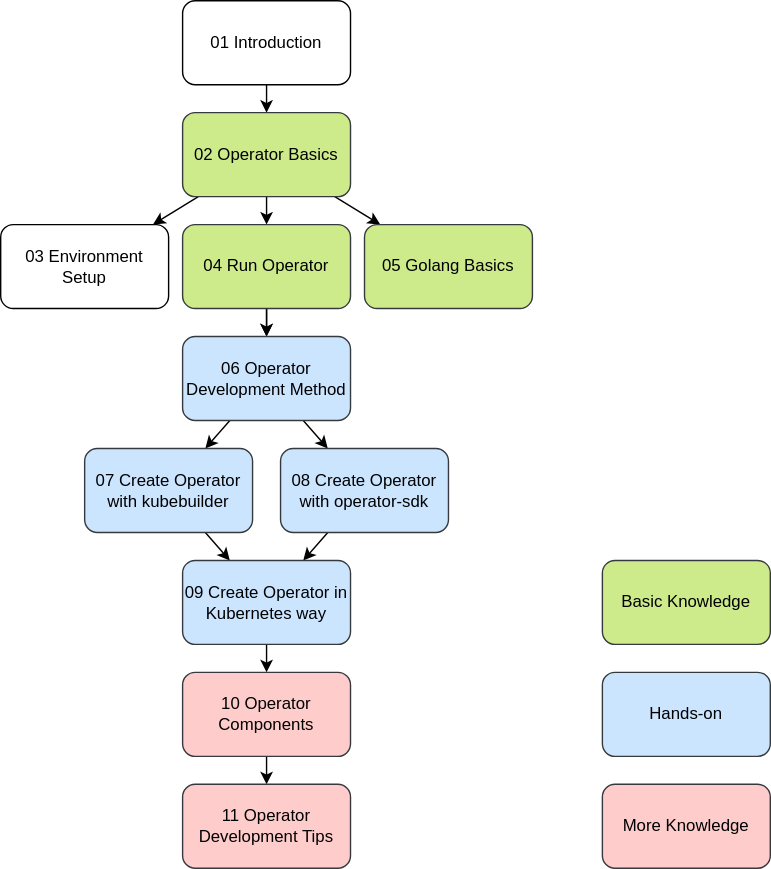
Above: docs/contents.drawio.svg in nakamasato/kubernetes-operator-basics (draw.io), before the change. Source tidied: cells renumbered, new cells last; positions are measured from the earlier drawing's top-left corner, leaving out a move shared by most shapes.
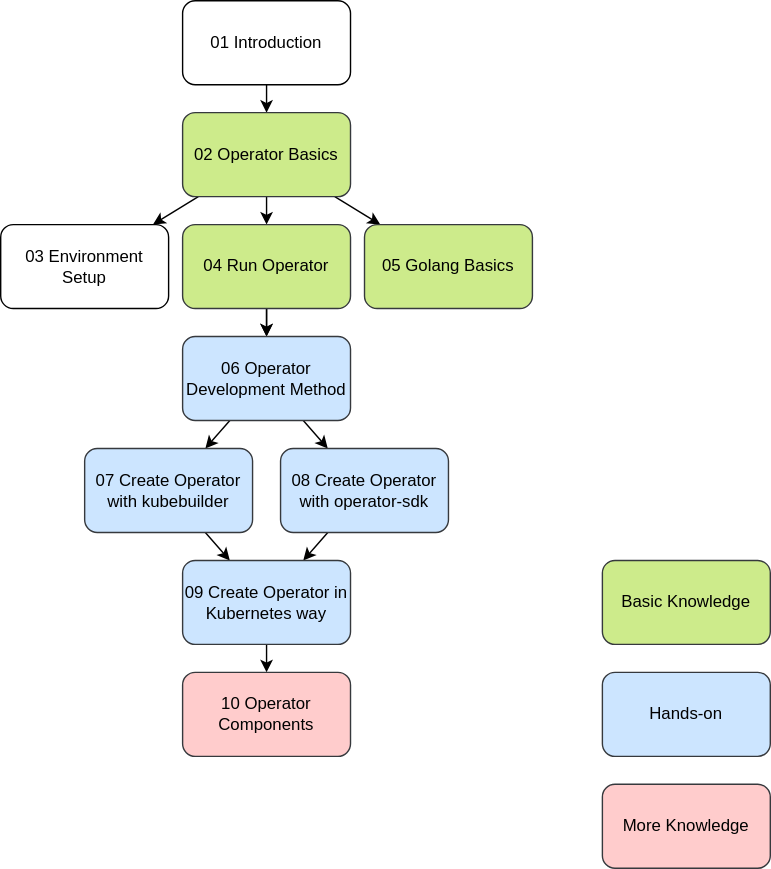
After the change.

What changed in the source:
```diff
@@ -59,15 +59,9 @@
     <mxCell id="20" value="09 Create Operator in Kubernetes way" style="rounded=1;whiteSpace=wrap;html=1;fillColor=#cce5ff;strokeColor=#36393d;" parent="1" vertex="1">
       <mxGeometry x="130" y="400" width="120" height="60" as="geometry" />
     </mxCell>
-    <mxCell id="21" style="edgeStyle=none;html=1;" parent="1" edge="1" source="22" target="23">
-      <mxGeometry relative="1" as="geometry" />
-    </mxCell>
     <mxCell id="22" value="10 Operator Components" style="rounded=1;whiteSpace=wrap;html=1;fillColor=#ffcccc;strokeColor=#36393d;" parent="1" vertex="1">
       <mxGeometry x="130" y="480" width="120" height="60" as="geometry" />
     </mxCell>
-    <mxCell id="23" value="11 Operator Development Tips" style="rounded=1;whiteSpace=wrap;html=1;fillColor=#ffcccc;strokeColor=#36393d;" parent="1" vertex="1">
-      <mxGeometry x="130" y="560" width="120" height="60" as="geometry" />
-    </mxCell>
     <mxCell id="24" value="Basic Knowledge" style="rounded=1;whiteSpace=wrap;html=1;fillColor=#cdeb8b;strokeColor=#36393d;" parent="1" vertex="1">
       <mxGeometry x="430" y="400" width="120" height="60" as="geometry" />
     </mxCell>
```
